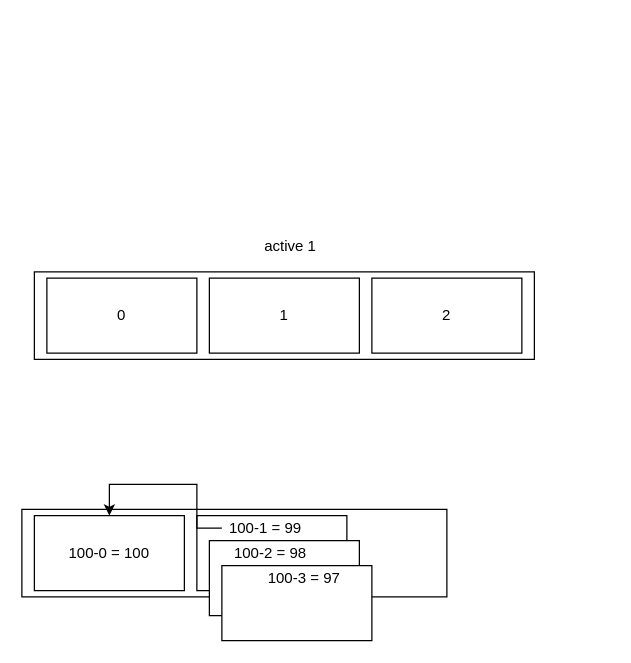
The draw.io diagram test.drawio in reasat-rafio/sg-biennale, before the edit. Source tidied: cells renumbered, new cells numbered last; positions are measured from the earlier drawing's top-left corner, leaving out a move shared by most shapes. Both pictures are drawn from the tidied source at 125%, with x=0, y=0 at pixel (21, 234).
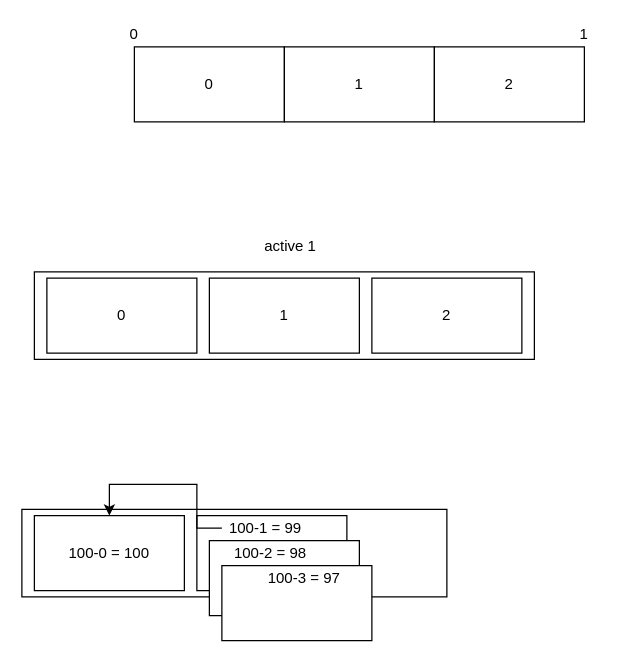
After the change.

What changed in the source:
```diff
@@
+    <mxCell id="17" value="0" style="rounded=0;whiteSpace=wrap;html=1;" parent="1" vertex="1">
+      <mxGeometry x="90" y="-150" width="120" height="60" as="geometry" />
+    </mxCell>
+    <mxCell id="18" value="1" style="rounded=0;whiteSpace=wrap;html=1;" parent="1" vertex="1">
+      <mxGeometry x="210" y="-150" width="120" height="60" as="geometry" />
+    </mxCell>
+    <mxCell id="19" value="0" style="text;html=1;strokeColor=none;fillColor=none;align=center;verticalAlign=middle;whiteSpace=wrap;rounded=0;" parent="1" vertex="1">
+      <mxGeometry x="70" y="-170" width="40" height="20" as="geometry" />
+    </mxCell>
+    <mxCell id="20" value="1" style="text;html=1;strokeColor=none;fillColor=none;align=center;verticalAlign=middle;whiteSpace=wrap;rounded=0;" parent="1" vertex="1">
+      <mxGeometry x="430" y="-170" width="40" height="20" as="geometry" />
+    </mxCell>
+    <mxCell id="21" value="2" style="rounded=0;whiteSpace=wrap;html=1;" parent="1" vertex="1">
+      <mxGeometry x="330" y="-150" width="120" height="60" as="geometry" />
+    </mxCell>
```
